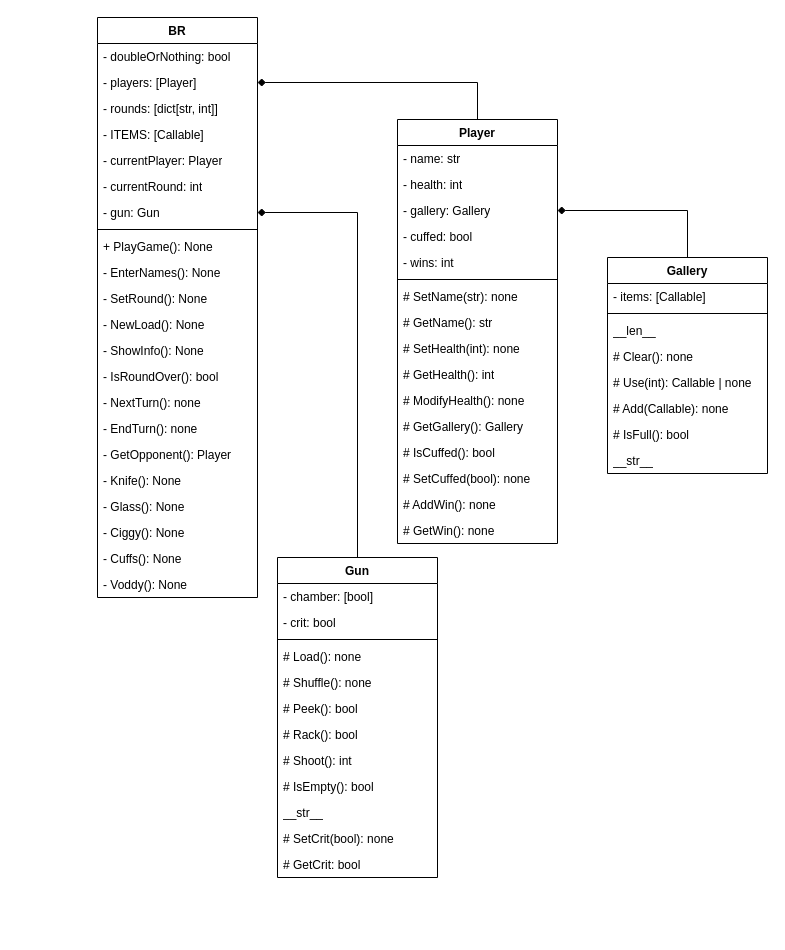
Above: BR_OOPDiagram.drawio in StreetTT/BackshotRoulette (draw.io), before the change. Source tidied: cells renumbered, new cells numbered last; positions are measured from the earlier drawing's top-left corner, leaving out a move shared by most shapes. Both pictures are drawn from the tidied source at 100%, with x=0, y=0 at pixel (97, 17).
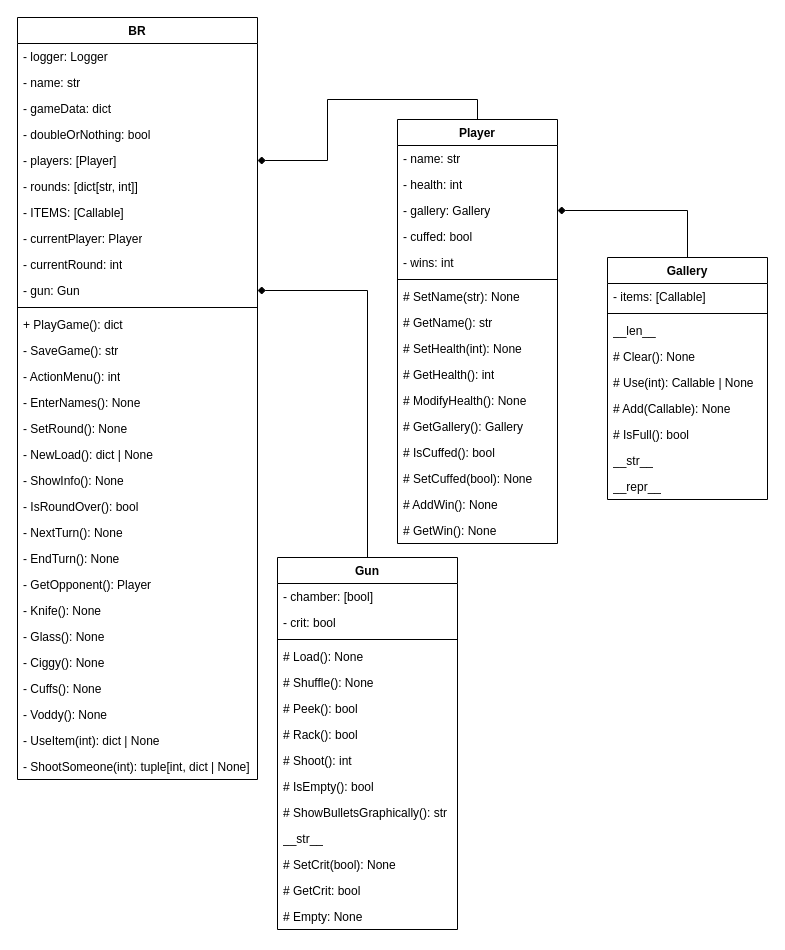
Above is the later version.

The change refers to these unchanged cells:
```xml
<mxCell id="26" value="Player" style="swimlane;fontStyle=1;align=center;verticalAlign=top;horizontal=1;startSize=26;whiteSpace=wrap;html=1;" parent="1" vertex="1">
  <mxGeometry x="300" y="102" width="160" height="424" as="geometry" />
</mxCell>
```

Diff of the diagram source:
```diff
@@
     <mxCell id="2" value="BR" style="swimlane;fontStyle=1;align=center;verticalAlign=top;horizontal=1;startSize=26;whiteSpace=wrap;html=1;" parent="1" vertex="1">
-      <mxGeometry width="160" height="580" as="geometry" />
+      <mxGeometry x="-80" width="240" height="762" as="geometry" />
     </mxCell>
+    <mxCell id="67" value="- logger: Logger" style="text;strokeColor=none;fillColor=none;align=left;verticalAlign=top;spacingLeft=4;spacingRight=4;overflow=hidden;whiteSpace=wrap;html=1;" parent="2" vertex="1">
+      <mxGeometry y="26" width="240" height="26" as="geometry" />
+    </mxCell>
+    <mxCell id="68" value="- name: str" style="text;strokeColor=none;fillColor=none;align=left;verticalAlign=top;spacingLeft=4;spacingRight=4;overflow=hidden;whiteSpace=wrap;html=1;" parent="2" vertex="1">
+      <mxGeometry y="52" width="240" height="26" as="geometry" />
+    </mxCell>
+    <mxCell id="69" value="&lt;div&gt;- gameData: dict&lt;/div&gt;" style="text;strokeColor=none;fillColor=none;align=left;verticalAlign=top;spacingLeft=4;spacingRight=4;overflow=hidden;whiteSpace=wrap;html=1;" parent="2" vertex="1">
+      <mxGeometry y="78" width="240" height="26" as="geometry" />
+    </mxCell>
     <mxCell id="3" value="- doubleOrNothing: bool" style="text;strokeColor=none;fillColor=none;align=left;verticalAlign=top;spacingLeft=4;spacingRight=4;overflow=hidden;whiteSpace=wrap;html=1;" parent="2" vertex="1">
-      <mxGeometry y="26" width="160" height="26" as="geometry" />
+      <mxGeometry y="104" width="240" height="26" as="geometry" />
     </mxCell>
     <mxCell id="4" value="- players: [Player]" style="text;strokeColor=none;fillColor=none;align=left;verticalAlign=top;spacingLeft=4;spacingRight=4;overflow=hidden;points=[[0,0.5],[1,0.5]];portConstraint=eastwest;whiteSpace=wrap;html=1;" parent="2" vertex="1">
-      <mxGeometry y="52" width="160" height="26" as="geometry" />
+      <mxGeometry y="130" width="240" height="26" as="geometry" />
     </mxCell>
     <mxCell id="5" value="- rounds: [dict[str, int]]" style="text;strokeColor=none;fillColor=none;align=left;verticalAlign=top;spacingLeft=4;spacingRight=4;overflow=hidden;whiteSpace=wrap;html=1;" parent="2" vertex="1">
-      <mxGeometry y="78" width="160" height="26" as="geometry" />
+      <mxGeometry y="156" width="240" height="26" as="geometry" />
     </mxCell>
     <mxCell id="6" value="- ITEMS: [Callable]" style="text;strokeColor=none;fillColor=none;align=left;verticalAlign=top;spacingLeft=4;spacingRight=4;overflow=hidden;whiteSpace=wrap;html=1;" parent="2" vertex="1">
-      <mxGeometry y="104" width="160" height="26" as="geometry" />
+      <mxGeometry y="182" width="240" height="26" as="geometry" />
     </mxCell>
     <mxCell id="7" value="- currentPlayer: Player" style="text;strokeColor=none;fillColor=none;align=left;verticalAlign=top;spacingLeft=4;spacingRight=4;overflow=hidden;whiteSpace=wrap;html=1;" parent="2" vertex="1">
-      <mxGeometry y="130" width="160" height="26" as="geometry" />
+      <mxGeometry y="208" width="240" height="26" as="geometry" />
     </mxCell>
     <mxCell id="8" value="- currentRound: int" style="text;strokeColor=none;fillColor=none;align=left;verticalAlign=top;spacingLeft=4;spacingRight=4;overflow=hidden;whiteSpace=wrap;html=1;" parent="2" vertex="1">
-      <mxGeometry y="156" width="160" height="26" as="geometry" />
+      <mxGeometry y="234" width="240" height="26" as="geometry" />
     </mxCell>
     <mxCell id="9" value="- gun: Gun" style="text;strokeColor=none;fillColor=none;align=left;verticalAlign=top;spacingLeft=4;spacingRight=4;overflow=hidden;points=[[0,0.5],[1,0.5]];portConstraint=eastwest;whiteSpace=wrap;html=1;" parent="2" vertex="1">
-      <mxGeometry y="182" width="160" height="26" as="geometry" />
+      <mxGeometry y="260" width="240" height="26" as="geometry" />
     </mxCell>
     <mxCell id="10" style="line;strokeWidth=1;fillColor=none;align=left;verticalAlign=middle;spacingTop=-1;spacingLeft=3;spacingRight=3;labelPosition=right;strokeColor=inherit;" parent="2" vertex="1">
-      <mxGeometry y="208" width="160" height="8" as="geometry" />
+      <mxGeometry y="286" width="240" height="8" as="geometry" />
     </mxCell>
-    <mxCell id="11" value="+ PlayGame(): None" style="text;strokeColor=none;fillColor=none;align=left;verticalAlign=top;spacingLeft=4;spacingRight=4;overflow=hidden;whiteSpace=wrap;html=1;" parent="2" vertex="1">
-      <mxGeometry y="216" width="160" height="26" as="geometry" />
+    <mxCell id="11" value="+ PlayGame(): dict" style="text;strokeColor=none;fillColor=none;align=left;verticalAlign=top;spacingLeft=4;spacingRight=4;overflow=hidden;whiteSpace=wrap;html=1;" parent="2" vertex="1">
+      <mxGeometry y="294" width="240" height="26" as="geometry" />
     </mxCell>
+    <mxCell id="70" value="- SaveGame(): str" style="text;strokeColor=none;fillColor=none;align=left;verticalAlign=top;spacingLeft=4;spacingRight=4;overflow=hidden;whiteSpace=wrap;html=1;" parent="2" vertex="1">
+      <mxGeometry y="320" width="240" height="26" as="geometry" />
+    </mxCell>
-    <mxCell id="12" value="- EnterNames(): None" style="text;strokeColor=none;fillColor=none;align=left;verticalAlign=top;spacingLeft=4;spacingRight=4;overflow=hidden;whiteSpace=wrap;html=1;" parent="2" vertex="1">
-      <mxGeometry y="242" width="160" height="26" as="geometry" />
+    <mxCell id="12" value="- ActionMenu(): int" style="text;strokeColor=none;fillColor=none;align=left;verticalAlign=top;spacingLeft=4;spacingRight=4;overflow=hidden;whiteSpace=wrap;html=1;" parent="2" vertex="1">
+      <mxGeometry y="346" width="240" height="26" as="geometry" />
     </mxCell>
+    <mxCell id="71" value="- EnterNames(): None" style="text;strokeColor=none;fillColor=none;align=left;verticalAlign=top;spacingLeft=4;spacingRight=4;overflow=hidden;whiteSpace=wrap;html=1;" parent="2" vertex="1">
+      <mxGeometry y="372" width="240" height="26" as="geometry" />
+    </mxCell>
     <mxCell id="13" value="- SetRound(): None" style="text;strokeColor=none;fillColor=none;align=left;verticalAlign=top;spacingLeft=4;spacingRight=4;overflow=hidden;whiteSpace=wrap;html=1;" parent="2" vertex="1">
-      <mxGeometry y="268" width="160" height="26" as="geometry" />
+      <mxGeometry y="398" width="240" height="26" as="geometry" />
     </mxCell>
-    <mxCell id="14" value="- NewLoad(): None" style="text;strokeColor=none;fillColor=none;align=left;verticalAlign=top;spacingLeft=4;spacingRight=4;overflow=hidden;whiteSpace=wrap;html=1;" parent="2" vertex="1">
-      <mxGeometry y="294" width="160" height="26" as="geometry" />
+    <mxCell id="14" value="- NewLoad(): dict | None" style="text;strokeColor=none;fillColor=none;align=left;verticalAlign=top;spacingLeft=4;spacingRight=4;overflow=hidden;whiteSpace=wrap;html=1;" parent="2" vertex="1">
+      <mxGeometry y="424" width="240" height="26" as="geometry" />
     </mxCell>
     <mxCell id="15" value="- ShowInfo(): None" style="text;strokeColor=none;fillColor=none;align=left;verticalAlign=top;spacingLeft=4;spacingRight=4;overflow=hidden;whiteSpace=wrap;html=1;" parent="2" vertex="1">
-      <mxGeometry y="320" width="160" height="26" as="geometry" />
+      <mxGeometry y="450" width="240" height="26" as="geometry" />
     </mxCell>
     <mxCell id="16" value="- IsRoundOver(): bool" style="text;strokeColor=none;fillColor=none;align=left;verticalAlign=top;spacingLeft=4;spacingRight=4;overflow=hidden;whiteSpace=wrap;html=1;" parent="2" vertex="1">
-      <mxGeometry y="346" width="160" height="26" as="geometry" />
+      <mxGeometry y="476" width="240" height="26" as="geometry" />
     </mxCell>
-    <mxCell id="17" value="- NextTurn(): none" style="text;strokeColor=none;fillColor=none;align=left;verticalAlign=top;spacingLeft=4;spacingRight=4;overflow=hidden;whiteSpace=wrap;html=1;" parent="2" vertex="1">
-      <mxGeometry y="372" width="160" height="26" as="geometry" />
+    <mxCell id="17" value="- NextTurn(): None" style="text;strokeColor=none;fillColor=none;align=left;verticalAlign=top;spacingLeft=4;spacingRight=4;overflow=hidden;whiteSpace=wrap;html=1;" parent="2" vertex="1">
+      <mxGeometry y="502" width="240" height="26" as="geometry" />
     </mxCell>
-    <mxCell id="18" value="- EndTurn(): none" style="text;strokeColor=none;fillColor=none;align=left;verticalAlign=top;spacingLeft=4;spacingRight=4;overflow=hidden;whiteSpace=wrap;html=1;" parent="2" vertex="1">
-      <mxGeometry y="398" width="160" height="26" as="geometry" />
+    <mxCell id="18" value="- EndTurn(): None" style="text;strokeColor=none;fillColor=none;align=left;verticalAlign=top;spacingLeft=4;spacingRight=4;overflow=hidden;whiteSpace=wrap;html=1;" parent="2" vertex="1">
+      <mxGeometry y="528" width="240" height="26" as="geometry" />
     </mxCell>
     <mxCell id="19" value="- GetOpponent(): Player" style="text;strokeColor=none;fillColor=none;align=left;verticalAlign=top;spacingLeft=4;spacingRight=4;overflow=hidden;whiteSpace=wrap;html=1;" parent="2" vertex="1">
-      <mxGeometry y="424" width="160" height="26" as="geometry" />
+      <mxGeometry y="554" width="240" height="26" as="geometry" />
     </mxCell>
     <mxCell id="20" value="- Knife(): None" style="text;strokeColor=none;fillColor=none;align=left;verticalAlign=top;spacingLeft=4;spacingRight=4;overflow=hidden;whiteSpace=wrap;html=1;" parent="2" vertex="1">
-      <mxGeometry y="450" width="160" height="26" as="geometry" />
+      <mxGeometry y="580" width="240" height="26" as="geometry" />
     </mxCell>
     <mxCell id="21" value="- Glass(): None" style="text;strokeColor=none;fillColor=none;align=left;verticalAlign=top;spacingLeft=4;spacingRight=4;overflow=hidden;whiteSpace=wrap;html=1;" parent="2" vertex="1">
-      <mxGeometry y="476" width="160" height="26" as="geometry" />
+      <mxGeometry y="606" width="240" height="26" as="geometry" />
     </mxCell>
     <mxCell id="22" value="- Ciggy(): None" style="text;strokeColor=none;fillColor=none;align=left;verticalAlign=top;spacingLeft=4;spacingRight=4;overflow=hidden;whiteSpace=wrap;html=1;" parent="2" vertex="1">
-      <mxGeometry y="502" width="160" height="26" as="geometry" />
+      <mxGeometry y="632" width="240" height="26" as="geometry" />
     </mxCell>
     <mxCell id="23" value="- Cuffs(): None" style="text;strokeColor=none;fillColor=none;align=left;verticalAlign=top;spacingLeft=4;spacingRight=4;overflow=hidden;whiteSpace=wrap;html=1;" parent="2" vertex="1">
-      <mxGeometry y="528" width="160" height="26" as="geometry" />
+      <mxGeometry y="658" width="240" height="26" as="geometry" />
     </mxCell>
+    <mxCell id="72" value="- Voddy(): None" style="text;strokeColor=none;fillColor=none;align=left;verticalAlign=top;spacingLeft=4;spacingRight=4;overflow=hidden;whiteSpace=wrap;html=1;" parent="2" vertex="1">
+      <mxGeometry y="684" width="240" height="26" as="geometry" />
+    </mxCell>
+    <mxCell id="73" value="- UseItem(int): dict | None" style="text;strokeColor=none;fillColor=none;align=left;verticalAlign=top;spacingLeft=4;spacingRight=4;overflow=hidden;whiteSpace=wrap;html=1;" parent="2" vertex="1">
+      <mxGeometry y="710" width="240" height="26" as="geometry" />
+    </mxCell>
-    <mxCell id="24" value="- Voddy(): None" style="text;strokeColor=none;fillColor=none;align=left;verticalAlign=top;spacingLeft=4;spacingRight=4;overflow=hidden;whiteSpace=wrap;html=1;" parent="2" vertex="1">
-      <mxGeometry y="554" width="160" height="26" as="geometry" />
+    <mxCell id="24" value="- ShootSomeone(int): tuple[int, dict | None]" style="text;strokeColor=none;fillColor=none;align=left;verticalAlign=top;spacingLeft=4;spacingRight=4;overflow=hidden;whiteSpace=wrap;html=1;" parent="2" vertex="1">
+      <mxGeometry y="736" width="240" height="26" as="geometry" />
     </mxCell>
@@
-    <mxCell id="33" value="# SetName(str): none" style="text;strokeColor=none;fillColor=none;align=left;verticalAlign=top;spacingLeft=4;spacingRight=4;overflow=hidden;whiteSpace=wrap;html=1;" parent="26" vertex="1">
+    <mxCell id="33" value="# SetName(str): None" style="text;strokeColor=none;fillColor=none;align=left;verticalAlign=top;spacingLeft=4;spacingRight=4;overflow=hidden;whiteSpace=wrap;html=1;" parent="26" vertex="1">
       <mxGeometry y="164" width="160" height="26" as="geometry" />
     </mxCell>
@@
-    <mxCell id="35" value="# SetHealth(int): none" style="text;strokeColor=none;fillColor=none;align=left;verticalAlign=top;spacingLeft=4;spacingRight=4;overflow=hidden;whiteSpace=wrap;html=1;" parent="26" vertex="1">
+    <mxCell id="35" value="# SetHealth(int): None" style="text;strokeColor=none;fillColor=none;align=left;verticalAlign=top;spacingLeft=4;spacingRight=4;overflow=hidden;whiteSpace=wrap;html=1;" parent="26" vertex="1">
       <mxGeometry y="216" width="160" height="26" as="geometry" />
     </mxCell>
@@
-    <mxCell id="37" value="# ModifyHealth(): none" style="text;strokeColor=none;fillColor=none;align=left;verticalAlign=top;spacingLeft=4;spacingRight=4;overflow=hidden;whiteSpace=wrap;html=1;" parent="26" vertex="1">
+    <mxCell id="37" value="# ModifyHealth(): None" style="text;strokeColor=none;fillColor=none;align=left;verticalAlign=top;spacingLeft=4;spacingRight=4;overflow=hidden;whiteSpace=wrap;html=1;" parent="26" vertex="1">
       <mxGeometry y="268" width="160" height="26" as="geometry" />
     </mxCell>
@@
-    <mxCell id="40" value="# SetCuffed(bool): none" style="text;strokeColor=none;fillColor=none;align=left;verticalAlign=top;spacingLeft=4;spacingRight=4;overflow=hidden;whiteSpace=wrap;html=1;" parent="26" vertex="1">
+    <mxCell id="40" value="# SetCuffed(bool): None" style="text;strokeColor=none;fillColor=none;align=left;verticalAlign=top;spacingLeft=4;spacingRight=4;overflow=hidden;whiteSpace=wrap;html=1;" parent="26" vertex="1">
       <mxGeometry y="346" width="160" height="26" as="geometry" />
     </mxCell>
-    <mxCell id="41" value="# AddWin(): none" style="text;strokeColor=none;fillColor=none;align=left;verticalAlign=top;spacingLeft=4;spacingRight=4;overflow=hidden;whiteSpace=wrap;html=1;" parent="26" vertex="1">
+    <mxCell id="41" value="# AddWin(): None" style="text;strokeColor=none;fillColor=none;align=left;verticalAlign=top;spacingLeft=4;spacingRight=4;overflow=hidden;whiteSpace=wrap;html=1;" parent="26" vertex="1">
       <mxGeometry y="372" width="160" height="26" as="geometry" />
     </mxCell>
-    <mxCell id="42" value="# GetWin(): none" style="text;strokeColor=none;fillColor=none;align=left;verticalAlign=top;spacingLeft=4;spacingRight=4;overflow=hidden;whiteSpace=wrap;html=1;" parent="26" vertex="1">
+    <mxCell id="42" value="# GetWin(): None" style="text;strokeColor=none;fillColor=none;align=left;verticalAlign=top;spacingLeft=4;spacingRight=4;overflow=hidden;whiteSpace=wrap;html=1;" parent="26" vertex="1">
       <mxGeometry y="398" width="160" height="26" as="geometry" />
     </mxCell>
@@
     <mxCell id="44" value="Gun" style="swimlane;fontStyle=1;align=center;verticalAlign=top;horizontal=1;startSize=26;whiteSpace=wrap;html=1;" parent="1" vertex="1">
-      <mxGeometry x="180" y="540" width="160" height="320" as="geometry" />
+      <mxGeometry x="180" y="540" width="180" height="372" as="geometry" />
     </mxCell>
     <mxCell id="45" value="- chamber: [bool]" style="text;strokeColor=none;fillColor=none;align=left;verticalAlign=top;spacingLeft=4;spacingRight=4;overflow=hidden;whiteSpace=wrap;html=1;" parent="44" vertex="1">
-      <mxGeometry y="26" width="160" height="26" as="geometry" />
+      <mxGeometry y="26" width="180" height="26" as="geometry" />
     </mxCell>
     <mxCell id="46" value="- crit: bool" style="text;strokeColor=none;fillColor=none;align=left;verticalAlign=top;spacingLeft=4;spacingRight=4;overflow=hidden;whiteSpace=wrap;html=1;" parent="44" vertex="1">
-      <mxGeometry y="52" width="160" height="26" as="geometry" />
+      <mxGeometry y="52" width="180" height="26" as="geometry" />
     </mxCell>
     <mxCell id="47" style="line;strokeWidth=1;fillColor=none;align=left;verticalAlign=middle;spacingTop=-1;spacingLeft=3;spacingRight=3;labelPosition=right;strokeColor=inherit;" parent="44" vertex="1">
-      <mxGeometry y="78" width="160" height="8" as="geometry" />
+      <mxGeometry y="78" width="180" height="8" as="geometry" />
     </mxCell>
-    <mxCell id="48" value="# Load(): none" style="text;strokeColor=none;fillColor=none;align=left;verticalAlign=top;spacingLeft=4;spacingRight=4;overflow=hidden;whiteSpace=wrap;html=1;" parent="44" vertex="1">
-      <mxGeometry y="86" width="160" height="26" as="geometry" />
+    <mxCell id="48" value="# Load(): None" style="text;strokeColor=none;fillColor=none;align=left;verticalAlign=top;spacingLeft=4;spacingRight=4;overflow=hidden;whiteSpace=wrap;html=1;" parent="44" vertex="1">
+      <mxGeometry y="86" width="180" height="26" as="geometry" />
     </mxCell>
-    <mxCell id="49" value="# Shuffle(): none" style="text;strokeColor=none;fillColor=none;align=left;verticalAlign=top;spacingLeft=4;spacingRight=4;overflow=hidden;whiteSpace=wrap;html=1;" parent="44" vertex="1">
-      <mxGeometry y="112" width="160" height="26" as="geometry" />
+    <mxCell id="49" value="# Shuffle(): None" style="text;strokeColor=none;fillColor=none;align=left;verticalAlign=top;spacingLeft=4;spacingRight=4;overflow=hidden;whiteSpace=wrap;html=1;" parent="44" vertex="1">
+      <mxGeometry y="112" width="180" height="26" as="geometry" />
     </mxCell>
     <mxCell id="50" value="# Peek(): bool" style="text;strokeColor=none;fillColor=none;align=left;verticalAlign=top;spacingLeft=4;spacingRight=4;overflow=hidden;whiteSpace=wrap;html=1;" parent="44" vertex="1">
-      <mxGeometry y="138" width="160" height="26" as="geometry" />
+      <mxGeometry y="138" width="180" height="26" as="geometry" />
     </mxCell>
     <mxCell id="51" value="# Rack(): bool" style="text;strokeColor=none;fillColor=none;align=left;verticalAlign=top;spacingLeft=4;spacingRight=4;overflow=hidden;whiteSpace=wrap;html=1;" parent="44" vertex="1">
-      <mxGeometry y="164" width="160" height="26" as="geometry" />
+      <mxGeometry y="164" width="180" height="26" as="geometry" />
     </mxCell>
     <mxCell id="52" value="# Shoot(): int" style="text;strokeColor=none;fillColor=none;align=left;verticalAlign=top;spacingLeft=4;spacingRight=4;overflow=hidden;whiteSpace=wrap;html=1;" parent="44" vertex="1">
-      <mxGeometry y="190" width="160" height="26" as="geometry" />
+      <mxGeometry y="190" width="180" height="26" as="geometry" />
     </mxCell>
     <mxCell id="53" value="# IsEmpty(): bool" style="text;strokeColor=none;fillColor=none;align=left;verticalAlign=top;spacingLeft=4;spacingRight=4;overflow=hidden;whiteSpace=wrap;html=1;" parent="44" vertex="1">
-      <mxGeometry y="216" width="160" height="26" as="geometry" />
+      <mxGeometry y="216" width="180" height="26" as="geometry" />
     </mxCell>
+    <mxCell id="74" value="# ShowBulletsGraphically(): str" style="text;strokeColor=none;fillColor=none;align=left;verticalAlign=top;spacingLeft=4;spacingRight=4;overflow=hidden;whiteSpace=wrap;html=1;" parent="44" vertex="1">
+      <mxGeometry y="242" width="180" height="26" as="geometry" />
+    </mxCell>
     <mxCell id="54" value="__str__" style="text;strokeColor=none;fillColor=none;align=left;verticalAlign=top;spacingLeft=4;spacingRight=4;overflow=hidden;whiteSpace=wrap;html=1;" parent="44" vertex="1">
-      <mxGeometry y="242" width="160" height="26" as="geometry" />
+      <mxGeometry y="268" width="180" height="26" as="geometry" />
     </mxCell>
-    <mxCell id="55" value="# SetCrit(bool): none" style="text;strokeColor=none;fillColor=none;align=left;verticalAlign=top;spacingLeft=4;spacingRight=4;overflow=hidden;whiteSpace=wrap;html=1;" parent="44" vertex="1">
-      <mxGeometry y="268" width="160" height="26" as="geometry" />
+    <mxCell id="55" value="# SetCrit(bool): None" style="text;strokeColor=none;fillColor=none;align=left;verticalAlign=top;spacingLeft=4;spacingRight=4;overflow=hidden;whiteSpace=wrap;html=1;" parent="44" vertex="1">
+      <mxGeometry y="294" width="180" height="26" as="geometry" />
     </mxCell>
     <mxCell id="56" value="# GetCrit: bool" style="text;strokeColor=none;fillColor=none;align=left;verticalAlign=top;spacingLeft=4;spacingRight=4;overflow=hidden;whiteSpace=wrap;html=1;" parent="44" vertex="1">
-      <mxGeometry y="294" width="160" height="26" as="geometry" />
+      <mxGeometry y="320" width="180" height="26" as="geometry" />
     </mxCell>
+    <mxCell id="75" value="# Empty: None" style="text;strokeColor=none;fillColor=none;align=left;verticalAlign=top;spacingLeft=4;spacingRight=4;overflow=hidden;whiteSpace=wrap;html=1;" parent="44" vertex="1">
+      <mxGeometry y="346" width="180" height="26" as="geometry" />
+    </mxCell>
@@
     <mxCell id="58" value="Gallery" style="swimlane;fontStyle=1;align=center;verticalAlign=top;horizontal=1;startSize=26;whiteSpace=wrap;html=1;" parent="1" vertex="1">
-      <mxGeometry x="510" y="240" width="160" height="216" as="geometry" />
+      <mxGeometry x="510" y="240" width="160" height="242" as="geometry" />
     </mxCell>
@@
-    <mxCell id="62" value="&lt;div&gt;# Clear(): none&lt;/div&gt;" style="text;strokeColor=none;fillColor=none;align=left;verticalAlign=top;spacingLeft=4;spacingRight=4;overflow=hidden;whiteSpace=wrap;html=1;" parent="58" vertex="1">
+    <mxCell id="62" value="&lt;div&gt;# Clear(): None&lt;/div&gt;" style="text;strokeColor=none;fillColor=none;align=left;verticalAlign=top;spacingLeft=4;spacingRight=4;overflow=hidden;whiteSpace=wrap;html=1;" parent="58" vertex="1">
       <mxGeometry y="86" width="160" height="26" as="geometry" />
     </mxCell>
-    <mxCell id="63" value="&lt;div&gt;# Use(int): Callable | none&lt;/div&gt;" style="text;strokeColor=none;fillColor=none;align=left;verticalAlign=top;spacingLeft=4;spacingRight=4;overflow=hidden;whiteSpace=wrap;html=1;" parent="58" vertex="1">
+    <mxCell id="63" value="&lt;div&gt;# Use(int): Callable | None&lt;/div&gt;" style="text;strokeColor=none;fillColor=none;align=left;verticalAlign=top;spacingLeft=4;spacingRight=4;overflow=hidden;whiteSpace=wrap;html=1;" parent="58" vertex="1">
       <mxGeometry y="112" width="160" height="26" as="geometry" />
     </mxCell>
-    <mxCell id="64" value="&lt;div&gt;# Add(Callable): none&lt;br&gt;&lt;/div&gt;" style="text;strokeColor=none;fillColor=none;align=left;verticalAlign=top;spacingLeft=4;spacingRight=4;overflow=hidden;whiteSpace=wrap;html=1;" parent="58" vertex="1">
+    <mxCell id="64" value="&lt;div&gt;# Add(Callable): None&lt;br&gt;&lt;/div&gt;" style="text;strokeColor=none;fillColor=none;align=left;verticalAlign=top;spacingLeft=4;spacingRight=4;overflow=hidden;whiteSpace=wrap;html=1;" parent="58" vertex="1">
       <mxGeometry y="138" width="160" height="26" as="geometry" />
     </mxCell>
@@
+    <mxCell id="76" value="__repr__" style="text;strokeColor=none;fillColor=none;align=left;verticalAlign=top;spacingLeft=4;spacingRight=4;overflow=hidden;whiteSpace=wrap;html=1;" parent="58" vertex="1">
+      <mxGeometry y="216" width="160" height="26" as="geometry" />
+    </mxCell>
```
